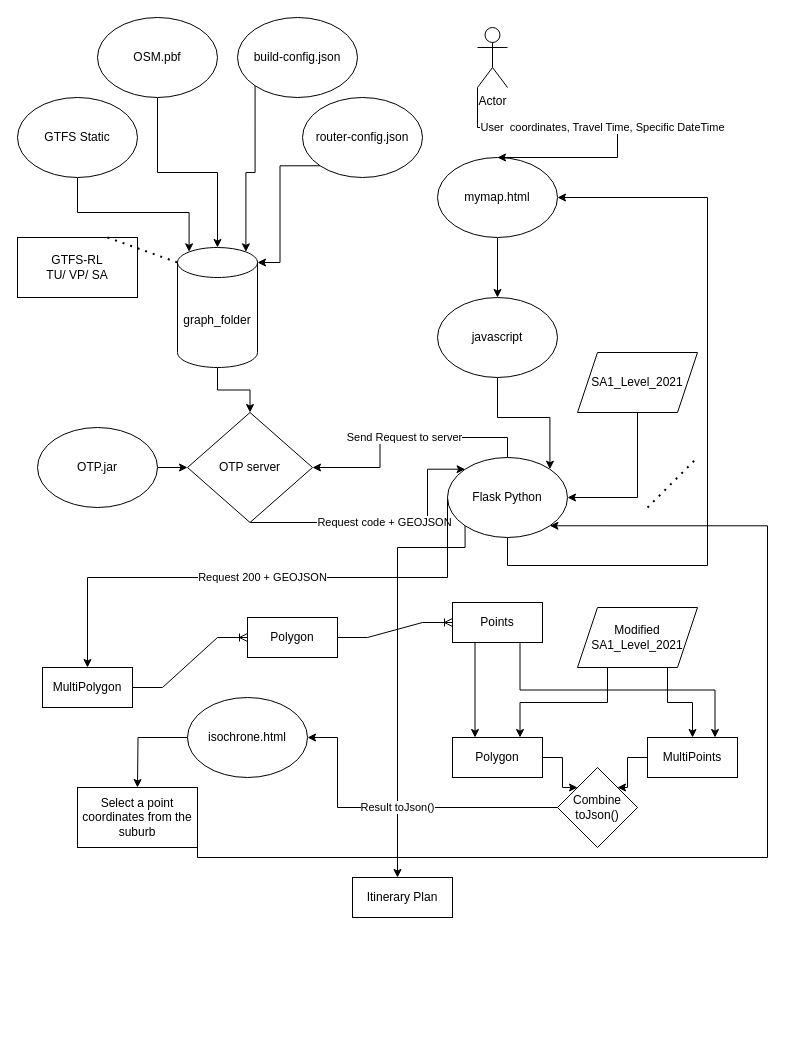
Earlier version of the draw.io diagram Untitled Diagram.drawio (PJPDQ/Engineering-Workflows). Source tidied: cells renumbered, new cells numbered last; positions are measured from the earlier drawing's top-left corner, leaving out a move shared by most shapes. Both pictures are drawn from the tidied source at 100%, with x=0, y=0 at pixel (17, 17).
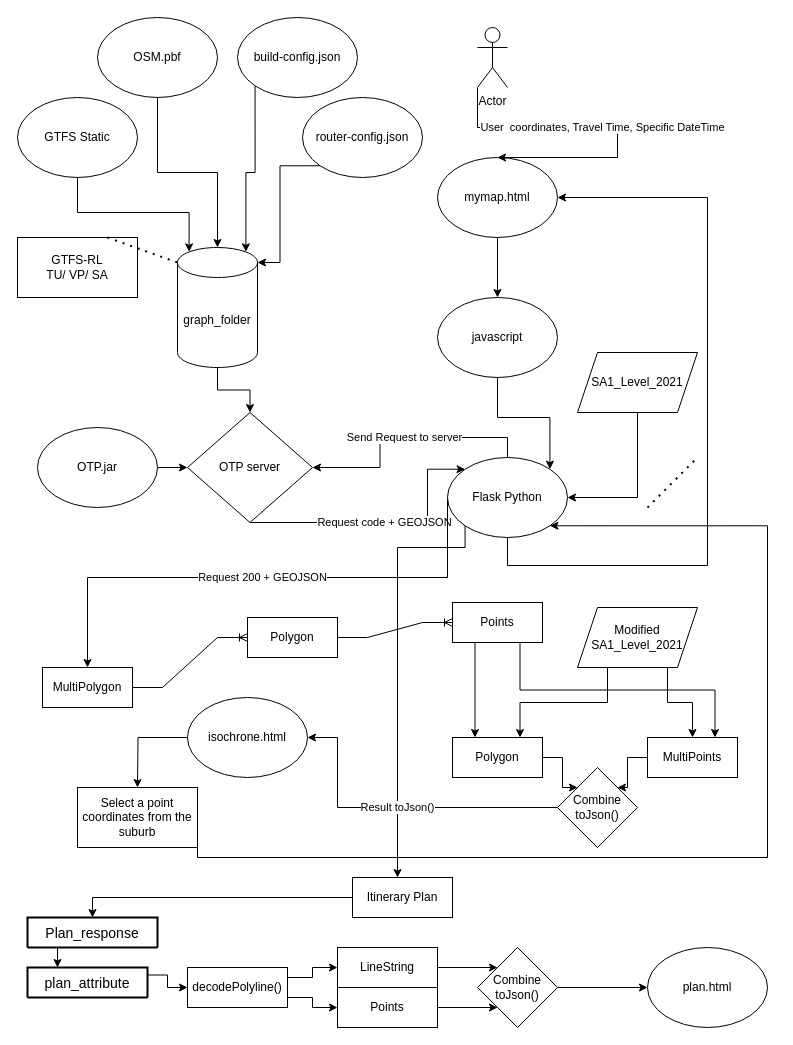
After the change.

Unchanged cells that the change refers to:
```xml
<mxCell id="49" value="Itinerary Plan" style="rounded=0;whiteSpace=wrap;html=1;" parent="1" vertex="1">
  <mxGeometry x="335" y="860" width="100" height="40" as="geometry" />
</mxCell>
```

What changed in the source:
```diff
@@
+    <mxCell id="53" style="edgeStyle=orthogonalEdgeStyle;rounded=0;jettySize=auto;html=1;exitX=0;exitY=0.5;exitDx=0;exitDy=0;entryX=0.5;entryY=0;entryDx=0;entryDy=0;" parent="1" edge="1" source="49" target="55">
+      <mxGeometry relative="1" as="geometry" />
+    </mxCell>
@@
+    <mxCell id="54" style="edgeStyle=orthogonalEdgeStyle;rounded=0;jettySize=auto;html=1;exitX=0.25;exitY=1;exitDx=0;exitDy=0;entryX=0.25;entryY=0;entryDx=0;entryDy=0;" parent="1" edge="1" source="55" target="57">
+      <mxGeometry relative="1" as="geometry" />
+    </mxCell>
+    <mxCell id="55" value="Plan_response" style="swimlane;horizontal=1;startSize=30;rounded=1;fontSize=14;fontStyle=0;strokeWidth=2;shadow=0;dashed=0;align=center;" parent="1" vertex="1" collapsed="1">
+      <mxGeometry x="10" y="900" width="130" height="30" as="geometry" />
+    </mxCell>
+    <mxCell id="56" style="edgeStyle=orthogonalEdgeStyle;rounded=0;jettySize=auto;html=1;exitX=1;exitY=0.25;exitDx=0;exitDy=0;" parent="1" edge="1" source="57" target="60">
+      <mxGeometry relative="1" as="geometry" />
+    </mxCell>
+    <mxCell id="57" value="plan_attribute" style="swimlane;horizontal=1;startSize=30;rounded=1;fontSize=14;fontStyle=0;strokeWidth=2;shadow=0;dashed=0;align=center;" parent="1" vertex="1" collapsed="1">
+      <mxGeometry x="10" y="950" width="120" height="30" as="geometry" />
+    </mxCell>
+    <mxCell id="58" style="edgeStyle=orthogonalEdgeStyle;rounded=0;jettySize=auto;html=1;exitX=1;exitY=0.25;exitDx=0;exitDy=0;entryX=0;entryY=0.5;entryDx=0;entryDy=0;" parent="1" edge="1" source="60" target="62">
+      <mxGeometry relative="1" as="geometry" />
+    </mxCell>
+    <mxCell id="59" style="edgeStyle=orthogonalEdgeStyle;rounded=0;jettySize=auto;html=1;exitX=1;exitY=0.75;exitDx=0;exitDy=0;entryX=0;entryY=0.5;entryDx=0;entryDy=0;" parent="1" edge="1" source="60" target="64">
+      <mxGeometry relative="1" as="geometry" />
+    </mxCell>
+    <mxCell id="60" value="decodePolyline()" style="rounded=0;whiteSpace=wrap;html=1;" parent="1" vertex="1">
+      <mxGeometry x="170" y="950" width="100" height="40" as="geometry" />
+    </mxCell>
+    <mxCell id="61" style="edgeStyle=orthogonalEdgeStyle;rounded=0;jettySize=auto;html=1;exitX=1;exitY=0.5;exitDx=0;exitDy=0;entryX=0;entryY=0;entryDx=0;entryDy=0;" parent="1" edge="1" source="62" target="67">
+      <mxGeometry relative="1" as="geometry" />
+    </mxCell>
+    <mxCell id="62" value="LineString" style="rounded=0;whiteSpace=wrap;html=1;" parent="1" vertex="1">
+      <mxGeometry x="320" y="930" width="100" height="40" as="geometry" />
+    </mxCell>
+    <mxCell id="63" style="edgeStyle=orthogonalEdgeStyle;rounded=0;jettySize=auto;html=1;exitX=1;exitY=0.5;exitDx=0;exitDy=0;entryX=0;entryY=1;entryDx=0;entryDy=0;" parent="1" edge="1" source="64" target="67">
+      <mxGeometry relative="1" as="geometry" />
+    </mxCell>
+    <mxCell id="64" value="Points" style="rounded=0;whiteSpace=wrap;html=1;" parent="1" vertex="1">
+      <mxGeometry x="320" y="970" width="100" height="40" as="geometry" />
+    </mxCell>
+    <mxCell id="65" style="edgeStyle=orthogonalEdgeStyle;rounded=0;jettySize=auto;html=1;exitX=1;exitY=0.5;exitDx=0;exitDy=0;entryX=0;entryY=0.5;entryDx=0;entryDy=0;" parent="1" edge="1" source="67" target="66">
+      <mxGeometry relative="1" as="geometry" />
+    </mxCell>
+    <mxCell id="66" value="plan.html" style="ellipse;whiteSpace=wrap;html=1;" parent="1" vertex="1">
+      <mxGeometry x="630" y="930" width="120" height="80" as="geometry" />
+    </mxCell>
+    <mxCell id="67" value="Combine toJson()" style="rhombus;whiteSpace=wrap;html=1;" parent="1" vertex="1">
+      <mxGeometry x="460" y="930" width="80" height="80" as="geometry" />
+    </mxCell>
```
